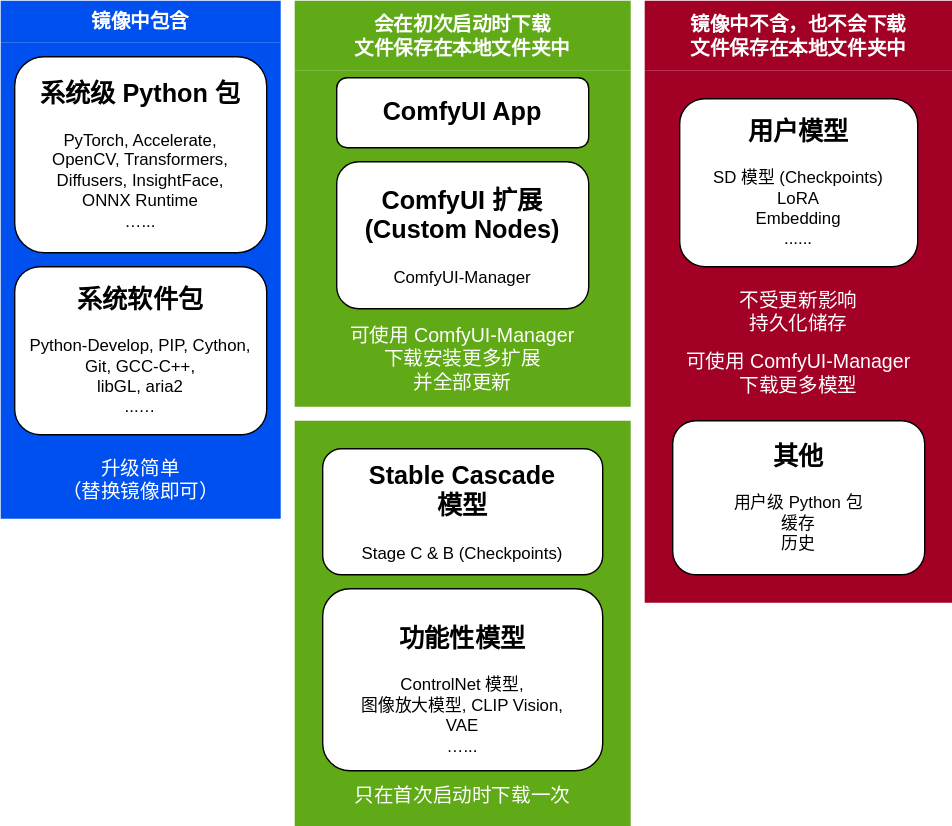
The draw.io diagram docs/chart-concept.zh.svg in YanWenKun/ComfyUI-Docker, before a commit. Source tidied: cells renumbered, new cells last; positions are measured from the earlier drawing's top-left corner, leaving out a move shared by most shapes.
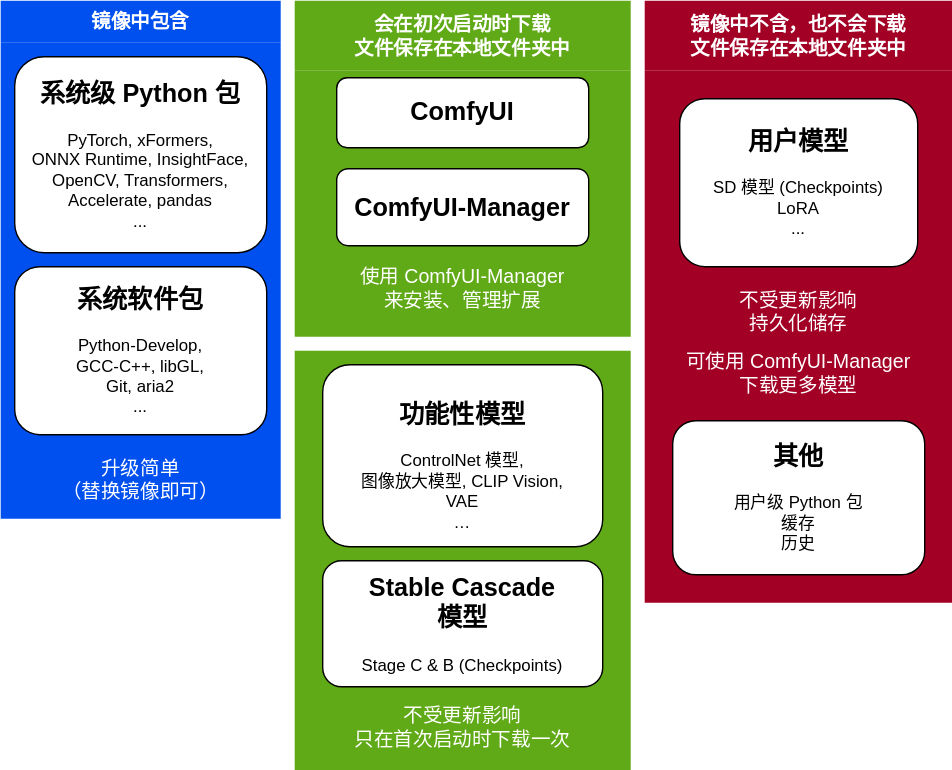
Later version of the same file.

Diff of the diagram source:
```diff
@@ -5,31 +5,31 @@
     <mxCell id="2" value="镜像中包含" style="swimlane;whiteSpace=wrap;html=1;fillColor=#0050ef;strokeColor=none;fontColor=#ffffff;fillStyle=auto;swimlaneFillColor=#0050EF;fontSize=14;fontFamily=Helvetica;swimlaneLine=0;shadow=0;rounded=0;glass=0;startSize=30;" parent="1" vertex="1">
       <mxGeometry width="200" height="370" as="geometry" />
     </mxCell>
-    <mxCell id="3" value="&lt;h2&gt;系统级 Python 包&lt;/h2&gt;&lt;div&gt;&lt;div&gt;PyTorch, Accelerate,&lt;/div&gt;&lt;div&gt;OpenCV, Transformers,&lt;/div&gt;&lt;div&gt;Diffusers, InsightFace,&lt;/div&gt;&lt;div&gt;ONNX Runtime&lt;/div&gt;&lt;div&gt;…...&lt;/div&gt;&lt;/div&gt;&lt;div&gt;&lt;br&gt;&lt;/div&gt;" style="rounded=1;whiteSpace=wrap;html=1;" parent="2" vertex="1">
+    <mxCell id="3" value="&lt;h2&gt;系统级 Python 包&lt;/h2&gt;&lt;div&gt;PyTorch, xFormers,&lt;br&gt;ONNX Runtime, InsightFace,&lt;br&gt;OpenCV, Transformers,&lt;br&gt;Accelerate, pandas&lt;div&gt;...&lt;/div&gt;&lt;/div&gt;&lt;div&gt;&lt;br&gt;&lt;/div&gt;" style="rounded=1;whiteSpace=wrap;html=1;" parent="2" vertex="1">
       <mxGeometry x="10" y="40" width="180" height="140" as="geometry" />
     </mxCell>
-    <mxCell id="4" value="&lt;h2&gt;系统软件包&lt;/h2&gt;&lt;div&gt;&lt;/div&gt;&lt;span style=&quot;background-color: initial;&quot;&gt;&lt;div&gt;Python-Develop, PIP, Cython,&lt;/div&gt;&lt;div&gt;Git, GCC-C++,&lt;/div&gt;&lt;div&gt;libGL, aria2&lt;/div&gt;&lt;div&gt;...…&lt;/div&gt;&lt;br&gt;&lt;/span&gt;" style="rounded=1;whiteSpace=wrap;html=1;" parent="2" vertex="1">
+    <mxCell id="4" value="&lt;h2&gt;系统软件包&lt;/h2&gt;&lt;div&gt;&lt;/div&gt;&lt;span style=&quot;background-color: initial;&quot;&gt;Python-Develop,&lt;br&gt;GCC-C++, libGL,&lt;br&gt;Git, aria2&lt;div&gt;...&lt;/div&gt;&lt;br&gt;&lt;/span&gt;" style="rounded=1;whiteSpace=wrap;html=1;" parent="2" vertex="1">
       <mxGeometry x="10" y="190" width="180" height="120" as="geometry" />
     </mxCell>
     <mxCell id="5" value="&lt;div&gt;升级简单&lt;/div&gt;&lt;div&gt;（替换镜像即可）&lt;/div&gt;" style="text;html=1;align=center;verticalAlign=middle;whiteSpace=wrap;rounded=0;fontColor=#FFFFFF;fontSize=14;" parent="2" vertex="1">
       <mxGeometry x="30" y="327" width="140" height="30" as="geometry" />
     </mxCell>
     <mxCell id="6" value="&lt;div&gt;会在初次启动时下载&lt;/div&gt;&lt;div&gt;文件保存在本地文件夹中&lt;/div&gt;" style="swimlane;whiteSpace=wrap;html=1;startSize=50;fillColor=#60a917;fontColor=#ffffff;strokeColor=none;fontSize=14;fontFamily=Helvetica;swimlaneFillColor=#60A917;swimlaneLine=0;shadow=0;glass=0;" parent="1" vertex="1">
-      <mxGeometry x="210" width="240" height="290" as="geometry" />
+      <mxGeometry x="210" width="240" height="240" as="geometry" />
     </mxCell>
-    <mxCell id="7" value="&lt;h2&gt;ComfyUI App&lt;/h2&gt;" style="rounded=1;whiteSpace=wrap;html=1;" parent="6" vertex="1">
+    <mxCell id="7" value="&lt;h2&gt;ComfyUI&lt;/h2&gt;" style="rounded=1;whiteSpace=wrap;html=1;" parent="6" vertex="1">
       <mxGeometry x="30" y="55" width="180" height="50" as="geometry" />
     </mxCell>
-    <mxCell id="8" value="&lt;h2&gt;ComfyUI 扩展(Custom Nodes)&lt;/h2&gt;&lt;div&gt;ComfyUI-Manager&lt;br&gt;&lt;/div&gt;&lt;div&gt;&lt;br&gt;&lt;/div&gt;" style="rounded=1;whiteSpace=wrap;html=1;" parent="6" vertex="1">
-      <mxGeometry x="30" y="115" width="180" height="105" as="geometry" />
+    <mxCell id="8" value="&lt;h2&gt;ComfyUI-Manager&lt;/h2&gt;" style="rounded=1;whiteSpace=wrap;html=1;" parent="6" vertex="1">
+      <mxGeometry x="30" y="120" width="180" height="55" as="geometry" />
     </mxCell>
-    <mxCell id="9" value="&lt;div&gt;可使用 ComfyUI-Manager&lt;/div&gt;&lt;div&gt;&lt;span style=&quot;background-color: initial;&quot;&gt;下载安装更多扩展&lt;/span&gt;&lt;/div&gt;&lt;div&gt;&lt;span style=&quot;background-color: initial;&quot;&gt;并全部更新&lt;/span&gt;&lt;/div&gt;" style="text;html=1;align=center;verticalAlign=middle;whiteSpace=wrap;rounded=0;fontColor=#FFFFFF;fontSize=14;" parent="6" vertex="1">
-      <mxGeometry y="226" width="240" height="60" as="geometry" />
+    <mxCell id="9" value="&lt;div&gt;使用 ComfyUI-Manager&lt;/div&gt;&lt;div&gt;&lt;span style=&quot;background-color: initial;&quot;&gt;来安装、管理扩展&lt;/span&gt;&lt;/div&gt;" style="text;html=1;align=center;verticalAlign=middle;whiteSpace=wrap;rounded=0;fontColor=#FFFFFF;fontSize=14;" parent="6" vertex="1">
+      <mxGeometry y="180" width="240" height="50" as="geometry" />
     </mxCell>
     <mxCell id="10" value="&lt;div&gt;镜像中不含，也不会下载&lt;/div&gt;&lt;div&gt;文件保存在本地文件夹中&lt;/div&gt;" style="swimlane;whiteSpace=wrap;html=1;fontSize=14;fillColor=#a20025;fontColor=#ffffff;strokeColor=none;swimlaneLine=0;swimlaneFillColor=#A20025;startSize=50;" parent="1" vertex="1">
       <mxGeometry x="460" width="220" height="430" as="geometry" />
     </mxCell>
-    <mxCell id="11" value="&lt;h2&gt;用户模型&lt;/h2&gt;&lt;div&gt;&lt;div&gt;SD 模型&amp;nbsp;(Checkpoints)&lt;/div&gt;&lt;div&gt;LoRA&lt;/div&gt;&lt;div&gt;Embedding&lt;/div&gt;&lt;/div&gt;&lt;div&gt;......&lt;/div&gt;&lt;div&gt;&lt;br&gt;&lt;/div&gt;" style="rounded=1;whiteSpace=wrap;html=1;" parent="10" vertex="1">
+    <mxCell id="11" value="&lt;h2&gt;用户模型&lt;/h2&gt;&lt;div&gt;&lt;div&gt;SD 模型&amp;nbsp;(Checkpoints)&lt;/div&gt;&lt;div&gt;LoRA&lt;/div&gt;&lt;/div&gt;&lt;div&gt;...&lt;/div&gt;&lt;div&gt;&lt;br&gt;&lt;/div&gt;" style="rounded=1;whiteSpace=wrap;html=1;" parent="10" vertex="1">
       <mxGeometry x="25" y="70" width="170" height="120" as="geometry" />
     </mxCell>
     <mxCell id="12" value="&lt;h2&gt;其他&lt;/h2&gt;用户级 Python 包&lt;div&gt;缓存&lt;/div&gt;&lt;div&gt;历史&lt;/div&gt;&lt;div&gt;&lt;br&gt;&lt;/div&gt;" style="rounded=1;whiteSpace=wrap;html=1;glass=0;" parent="10" vertex="1">
@@ -42,16 +42,16 @@
       <mxGeometry y="246" width="220" height="40" as="geometry" />
     </mxCell>
     <mxCell id="15" style="swimlane;startSize=0;strokeColor=none;swimlaneLine=0;fillColor=none;swimlaneFillColor=#60A917;" parent="1" vertex="1">
-      <mxGeometry x="210" y="300" width="240" height="290" as="geometry" />
+      <mxGeometry x="210" y="250" width="240" height="300" as="geometry" />
     </mxCell>
-    <mxCell id="16" value="&lt;h2&gt;功能性模型&lt;/h2&gt;&lt;div&gt;ControlNet 模型,&lt;br&gt;&lt;/div&gt;&lt;div&gt;图像放大模型, CLIP Vision,&lt;/div&gt;&lt;div&gt;VAE&lt;/div&gt;&lt;div&gt;…...&lt;/div&gt;" style="rounded=1;whiteSpace=wrap;html=1;" parent="15" vertex="1">
-      <mxGeometry x="20" y="120" width="200" height="130" as="geometry" />
-    </mxCell>
-    <mxCell id="17" value="只在首次启动时下载一次" style="text;html=1;align=center;verticalAlign=middle;whiteSpace=wrap;rounded=0;fontColor=#FFFFFF;fontSize=14;" parent="15" vertex="1">
-      <mxGeometry x="35" y="253" width="170" height="30" as="geometry" />
+    <mxCell id="17" value="&lt;div&gt;不受更新影响&lt;br&gt;&lt;/div&gt;&lt;div&gt;只在首次启动时下载一次&lt;/div&gt;" style="text;html=1;align=center;verticalAlign=middle;whiteSpace=wrap;rounded=0;fontColor=#FFFFFF;fontSize=14;" parent="15" vertex="1">
+      <mxGeometry x="35" y="250" width="170" height="37" as="geometry" />
     </mxCell>
     <mxCell id="18" value="&lt;h2&gt;Stable Cascade&lt;br&gt;模型&lt;/h2&gt;&lt;div&gt;Stage C &amp;amp; B (Checkpoints)&lt;/div&gt;&lt;div&gt;&lt;br&gt;&lt;/div&gt;" style="rounded=1;whiteSpace=wrap;html=1;" parent="15" vertex="1">
-      <mxGeometry x="20" y="20" width="200" height="90" as="geometry" />
+      <mxGeometry x="20" y="150" width="200" height="90" as="geometry" />
     </mxCell>
+    <mxCell id="16" value="&lt;h2&gt;功能性模型&lt;/h2&gt;&lt;div&gt;ControlNet 模型,&lt;br&gt;&lt;/div&gt;&lt;div&gt;图像放大模型, CLIP Vision,&lt;/div&gt;&lt;div&gt;VAE&lt;/div&gt;&lt;div&gt;…&lt;/div&gt;" style="rounded=1;whiteSpace=wrap;html=1;" parent="15" vertex="1">
+      <mxGeometry x="20" y="10" width="200" height="130" as="geometry" />
+    </mxCell>
   </root>
 </mxGraphModel>
```
